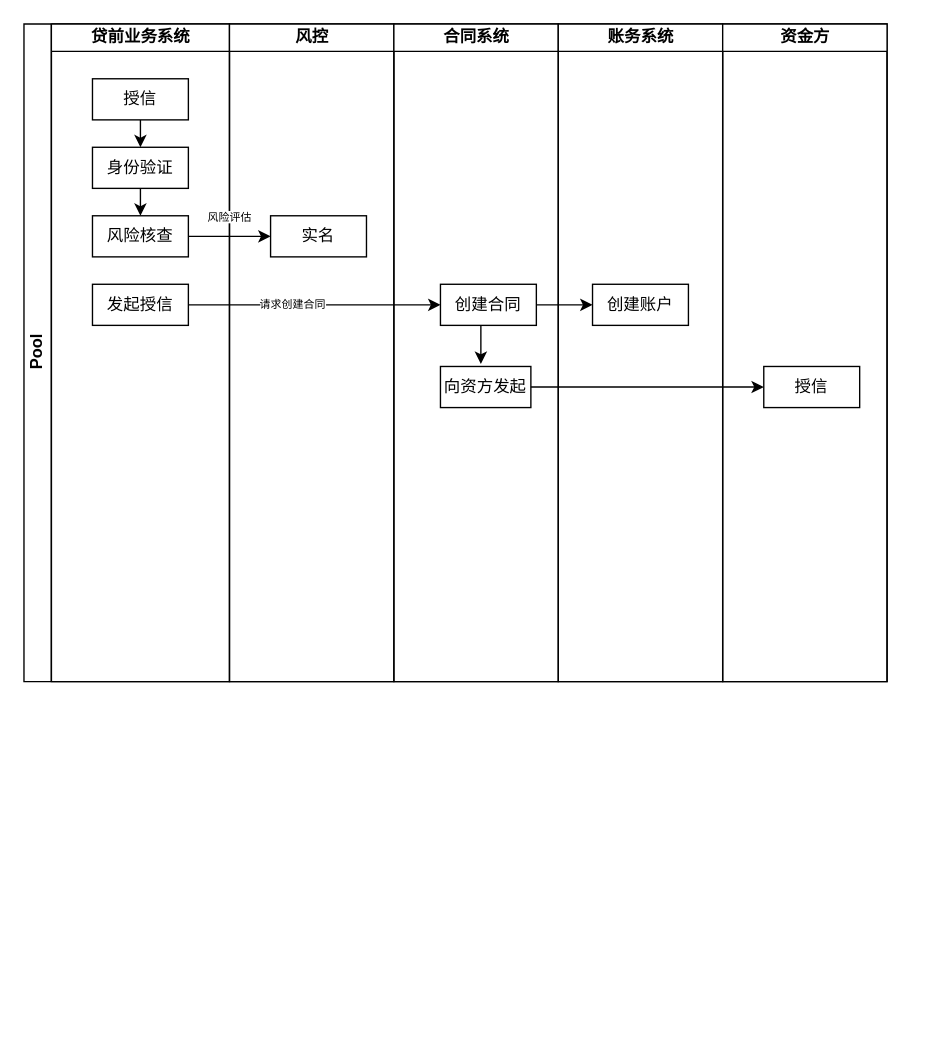
This is 金融泳道图.drawio from dahuzilaoyaoguai/pict, a draw.io file, before an edit. Source tidied: cells renumbered, new cells numbered last; positions are measured from the earlier drawing's top-left corner, leaving out a move shared by most shapes. Both pictures are drawn from the tidied source at 137%, with x=0, y=0 at pixel (23, 23).
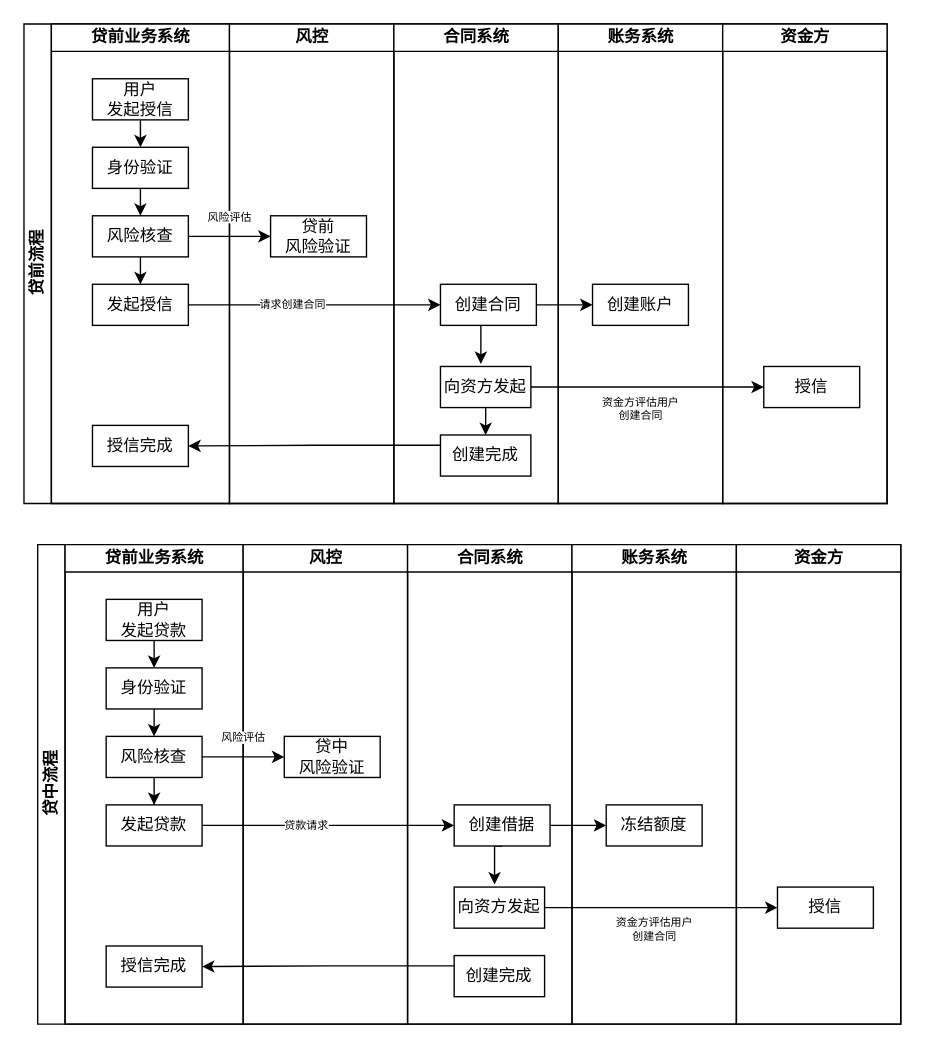
The same page after the edit.

Commit message:
更新金融泳道图.drawio

Unchanged cells that the change refers to:
```xml
<mxCell id="4" value="风险核查" style="rounded=0;whiteSpace=wrap;html=1;" parent="3" vertex="1">
  <mxGeometry x="30" y="140" width="70" height="30" as="geometry" />
</mxCell>
<mxCell id="9" value="发起授信" style="rounded=0;whiteSpace=wrap;html=1;" parent="3" vertex="1">
  <mxGeometry x="30" y="190" width="70" height="30" as="geometry" />
</mxCell>
<mxCell id="13" value="向资方发起" style="rounded=0;whiteSpace=wrap;html=1;" parent="12" vertex="1">
  <mxGeometry x="34" y="250" width="66" height="30" as="geometry" />
</mxCell>
<mxCell id="25" style="edgeStyle=orthogonalEdgeStyle;rounded=0;jettySize=auto;html=1;exitX=1;exitY=0.5;exitDx=0;exitDy=0;entryX=0;entryY=0.5;entryDx=0;entryDy=0;fontSize=8;" parent="2" edge="1" source="13" target="19">
  <mxGeometry relative="1" as="geometry" />
</mxCell>
```

Change to the diagram source:
```diff
@@
-    <mxCell id="2" value="Pool" style="swimlane;html=1;startSize=20;horizontal=0;" parent="1" vertex="1">
-      <mxGeometry width="630" height="480" as="geometry" />
+    <mxCell id="2" value="贷前流程" style="swimlane;html=1;startSize=20;horizontal=0;" parent="1" vertex="1">
+      <mxGeometry width="630" height="350" as="geometry" />
     </mxCell>
     <mxCell id="3" value="贷前业务系统" style="swimlane;html=1;startSize=20;" parent="2" vertex="1">
-      <mxGeometry x="20" width="130" height="480" as="geometry" />
+      <mxGeometry x="20" width="130" height="350" as="geometry" />
     </mxCell>
+    <mxCell id="26" value="授信完成" style="rounded=0;whiteSpace=wrap;html=1;" parent="3" vertex="1">
+      <mxGeometry x="30" y="293" width="70" height="30" as="geometry" />
+    </mxCell>
+    <mxCell id="27" style="edgeStyle=orthogonalEdgeStyle;rounded=0;jettySize=auto;html=1;exitX=0.5;exitY=1;exitDx=0;exitDy=0;entryX=0.5;entryY=0;entryDx=0;entryDy=0;fontSize=8;" parent="3" edge="1" source="4" target="9">
+      <mxGeometry relative="1" as="geometry" />
+    </mxCell>
@@
-    <mxCell id="8" value="授信" style="rounded=0;whiteSpace=wrap;html=1;" parent="3" vertex="1">
+    <mxCell id="8" value="用户&lt;br&gt;发起授信" style="rounded=0;whiteSpace=wrap;html=1;" parent="3" vertex="1">
       <mxGeometry x="30" y="40" width="70" height="30" as="geometry" />
     </mxCell>
@@
     <mxCell id="10" value="风控" style="swimlane;html=1;startSize=20;" parent="2" vertex="1">
-      <mxGeometry x="150" width="120" height="480" as="geometry" />
+      <mxGeometry x="150" width="120" height="350" as="geometry" />
     </mxCell>
-    <mxCell id="11" value="实名" style="rounded=0;whiteSpace=wrap;html=1;" parent="10" vertex="1">
+    <mxCell id="11" value="贷前&lt;br&gt;风险验证" style="rounded=0;whiteSpace=wrap;html=1;" parent="10" vertex="1">
       <mxGeometry x="30" y="140" width="70" height="30" as="geometry" />
     </mxCell>
     <mxCell id="12" value="合同系统" style="swimlane;html=1;startSize=20;" parent="2" vertex="1">
-      <mxGeometry x="270" width="120" height="480" as="geometry" />
+      <mxGeometry x="270" width="120" height="350" as="geometry" />
     </mxCell>
+    <mxCell id="28" value="创建完成" style="rounded=0;whiteSpace=wrap;html=1;" parent="12" vertex="1">
+      <mxGeometry x="34" y="300" width="66" height="30" as="geometry" />
+    </mxCell>
+    <mxCell id="29" style="edgeStyle=orthogonalEdgeStyle;rounded=0;jettySize=auto;html=1;exitX=0.5;exitY=1;exitDx=0;exitDy=0;entryX=0.5;entryY=0;entryDx=0;entryDy=0;fontSize=8;" parent="12" edge="1" source="13" target="28">
+      <mxGeometry relative="1" as="geometry" />
+    </mxCell>
@@
     <mxCell id="16" value="账务系统" style="swimlane;html=1;startSize=20;" parent="2" vertex="1">
-      <mxGeometry x="390" width="120" height="480" as="geometry" />
+      <mxGeometry x="390" width="120" height="350" as="geometry" />
     </mxCell>
@@
     <mxCell id="18" value="资金方" style="swimlane;html=1;startSize=20;" parent="2" vertex="1">
-      <mxGeometry x="510" width="120" height="480" as="geometry" />
+      <mxGeometry x="510" width="120" height="350" as="geometry" />
     </mxCell>
@@
+    <mxCell id="30" value="资金方评估用户&lt;br&gt;创建合同" style="text;html=1;align=center;verticalAlign=middle;labelBackgroundColor=#ffffff;fontSize=8;" parent="25" vertex="1">
+      <mxGeometry x="-0.14" y="-2" relative="1" as="geometry">
+        <mxPoint x="6.2" y="13" as="offset" />
+      </mxGeometry>
+    </mxCell>
+    <mxCell id="31" style="edgeStyle=orthogonalEdgeStyle;rounded=0;jettySize=auto;html=1;exitX=0;exitY=0.25;exitDx=0;exitDy=0;entryX=1;entryY=0.5;entryDx=0;entryDy=0;fontSize=8;" parent="2" edge="1" source="28" target="26">
+      <mxGeometry relative="1" as="geometry" />
+    </mxCell>
+    <mxCell id="32" value="贷中流程" style="swimlane;html=1;startSize=20;horizontal=0;" parent="1" vertex="1">
+      <mxGeometry x="10" y="380" width="630" height="350" as="geometry" />
+    </mxCell>
+    <mxCell id="33" value="贷前业务系统" style="swimlane;html=1;startSize=20;" parent="32" vertex="1">
+      <mxGeometry x="20" width="130" height="350" as="geometry" />
+    </mxCell>
+    <mxCell id="34" value="授信完成" style="rounded=0;whiteSpace=wrap;html=1;" parent="33" vertex="1">
+      <mxGeometry x="30" y="293" width="70" height="30" as="geometry" />
+    </mxCell>
+    <mxCell id="35" style="edgeStyle=orthogonalEdgeStyle;rounded=0;jettySize=auto;html=1;exitX=0.5;exitY=1;exitDx=0;exitDy=0;fontSize=8;" parent="33" edge="1" source="36" target="41">
+      <mxGeometry relative="1" as="geometry" />
+    </mxCell>
+    <mxCell id="36" value="风险核查" style="rounded=0;whiteSpace=wrap;html=1;" parent="33" vertex="1">
+      <mxGeometry x="30" y="140" width="70" height="30" as="geometry" />
+    </mxCell>
+    <mxCell id="37" style="edgeStyle=orthogonalEdgeStyle;rounded=0;jettySize=auto;html=1;exitX=0.5;exitY=1;exitDx=0;exitDy=0;entryX=0.5;entryY=0;entryDx=0;entryDy=0;fontSize=8;" parent="33" edge="1" source="38" target="36">
+      <mxGeometry relative="1" as="geometry" />
+    </mxCell>
+    <mxCell id="38" value="身份验证" style="rounded=0;whiteSpace=wrap;html=1;" parent="33" vertex="1">
+      <mxGeometry x="30" y="90" width="70" height="30" as="geometry" />
+    </mxCell>
+    <mxCell id="39" style="edgeStyle=orthogonalEdgeStyle;rounded=0;jettySize=auto;html=1;exitX=0.5;exitY=1;exitDx=0;exitDy=0;entryX=0.5;entryY=0;entryDx=0;entryDy=0;fontSize=8;" parent="33" edge="1" source="40" target="38">
+      <mxGeometry relative="1" as="geometry" />
+    </mxCell>
+    <mxCell id="40" value="用户&lt;br&gt;发起贷款" style="rounded=0;whiteSpace=wrap;html=1;" parent="33" vertex="1">
+      <mxGeometry x="30" y="40" width="70" height="30" as="geometry" />
+    </mxCell>
+    <mxCell id="41" value="发起贷款" style="rounded=0;whiteSpace=wrap;html=1;" parent="33" vertex="1">
+      <mxGeometry x="30" y="190" width="70" height="30" as="geometry" />
+    </mxCell>
+    <mxCell id="42" value="风控" style="swimlane;html=1;startSize=20;" parent="32" vertex="1">
+      <mxGeometry x="150" width="120" height="350" as="geometry" />
+    </mxCell>
+    <mxCell id="43" value="贷中&lt;br&gt;风险验证" style="rounded=0;whiteSpace=wrap;html=1;" parent="42" vertex="1">
+      <mxGeometry x="30" y="140" width="70" height="30" as="geometry" />
+    </mxCell>
+    <mxCell id="44" value="合同系统" style="swimlane;html=1;startSize=20;" parent="32" vertex="1">
+      <mxGeometry x="270" width="120" height="350" as="geometry" />
+    </mxCell>
+    <mxCell id="45" value="创建完成" style="rounded=0;whiteSpace=wrap;html=1;" parent="44" vertex="1">
+      <mxGeometry x="34" y="300" width="66" height="30" as="geometry" />
+    </mxCell>
+    <mxCell id="46" value="向资方发起" style="rounded=0;whiteSpace=wrap;html=1;" parent="44" vertex="1">
+      <mxGeometry x="34" y="250" width="66" height="30" as="geometry" />
+    </mxCell>
+    <mxCell id="47" style="edgeStyle=orthogonalEdgeStyle;rounded=0;jettySize=auto;html=1;exitX=0.5;exitY=1;exitDx=0;exitDy=0;entryX=0.447;entryY=-0.062;entryDx=0;entryDy=0;entryPerimeter=0;fontSize=8;" parent="44" edge="1" source="48" target="46">
+      <mxGeometry relative="1" as="geometry" />
+    </mxCell>
+    <mxCell id="48" value="创建借据" style="rounded=0;whiteSpace=wrap;html=1;" parent="44" vertex="1">
+      <mxGeometry x="34" y="190" width="70" height="30" as="geometry" />
+    </mxCell>
+    <mxCell id="49" value="账务系统" style="swimlane;html=1;startSize=20;" parent="32" vertex="1">
+      <mxGeometry x="390" width="120" height="350" as="geometry" />
+    </mxCell>
+    <mxCell id="50" value="冻结额度" style="rounded=0;whiteSpace=wrap;html=1;" parent="49" vertex="1">
+      <mxGeometry x="25" y="190" width="70" height="30" as="geometry" />
+    </mxCell>
+    <mxCell id="51" value="资金方" style="swimlane;html=1;startSize=20;" parent="32" vertex="1">
+      <mxGeometry x="510" width="120" height="350" as="geometry" />
+    </mxCell>
+    <mxCell id="52" value="授信" style="rounded=0;whiteSpace=wrap;html=1;" parent="51" vertex="1">
+      <mxGeometry x="30" y="250" width="70" height="30" as="geometry" />
+    </mxCell>
+    <mxCell id="53" style="edgeStyle=orthogonalEdgeStyle;rounded=0;jettySize=auto;html=1;exitX=1;exitY=0.5;exitDx=0;exitDy=0;entryX=0;entryY=0.5;entryDx=0;entryDy=0;" parent="32" edge="1" source="36" target="43">
+      <mxGeometry relative="1" as="geometry" />
+    </mxCell>
+    <mxCell id="54" value="风险评估" style="text;html=1;align=center;verticalAlign=middle;labelBackgroundColor=#ffffff;fontSize=8;" parent="53" vertex="1">
+      <mxGeometry x="-0.26" relative="1" as="geometry">
+        <mxPoint x="7.7" y="-15" as="offset" />
+      </mxGeometry>
+    </mxCell>
+    <mxCell id="55" style="edgeStyle=orthogonalEdgeStyle;rounded=0;jettySize=auto;html=1;exitX=1;exitY=0.5;exitDx=0;exitDy=0;entryX=0;entryY=0.5;entryDx=0;entryDy=0;fontSize=8;" parent="32" edge="1" source="41" target="48">
+      <mxGeometry relative="1" as="geometry" />
+    </mxCell>
+    <mxCell id="56" value="贷款请求" style="text;html=1;align=center;verticalAlign=middle;labelBackgroundColor=#ffffff;fontSize=8;" parent="55" vertex="1">
+      <mxGeometry x="-0.18" y="1" relative="1" as="geometry" />
+    </mxCell>
+    <mxCell id="57" style="edgeStyle=orthogonalEdgeStyle;rounded=0;jettySize=auto;html=1;exitX=1;exitY=0.5;exitDx=0;exitDy=0;entryX=0;entryY=0.5;entryDx=0;entryDy=0;fontSize=8;" parent="32" edge="1" source="48" target="50">
+      <mxGeometry relative="1" as="geometry" />
+    </mxCell>
+    <mxCell id="58" style="edgeStyle=orthogonalEdgeStyle;rounded=0;jettySize=auto;html=1;exitX=1;exitY=0.5;exitDx=0;exitDy=0;entryX=0;entryY=0.5;entryDx=0;entryDy=0;fontSize=8;" parent="32" edge="1" source="46" target="52">
+      <mxGeometry relative="1" as="geometry" />
+    </mxCell>
+    <mxCell id="59" value="资金方评估用户&lt;br&gt;创建合同" style="text;html=1;align=center;verticalAlign=middle;labelBackgroundColor=#ffffff;fontSize=8;" parent="58" vertex="1">
+      <mxGeometry x="-0.14" y="-2" relative="1" as="geometry">
+        <mxPoint x="6.2" y="13" as="offset" />
+      </mxGeometry>
+    </mxCell>
+    <mxCell id="60" style="edgeStyle=orthogonalEdgeStyle;rounded=0;jettySize=auto;html=1;exitX=0;exitY=0.25;exitDx=0;exitDy=0;entryX=1;entryY=0.5;entryDx=0;entryDy=0;fontSize=8;" parent="32" edge="1" source="45" target="34">
+      <mxGeometry relative="1" as="geometry" />
+    </mxCell>
```
